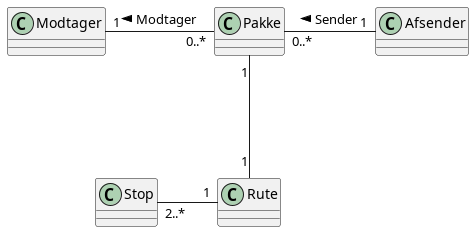
Above: diagram/domain-model.png in sofush/trace (PlantUML), before the change. Its diagram source:
```plantuml
@startuml
Rute "1" -left- "2..*" Stop : \t
Pakke "1" --- "1" Rute
Modtager "1" -right- "0..*" Pakke : < Modtager
Afsender "1" -left- "0..*" Pakke : > Sender
@enduml
```
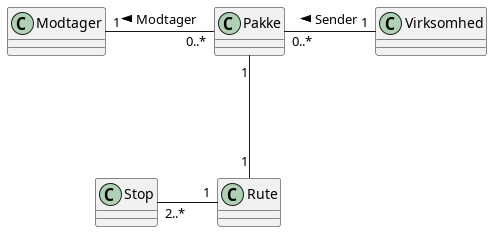
The same file after the commit.

Commit message:
fix: erstat "Afsender" med "Virksomhed" i diagram

The edit, as a diff of the source:
```diff
@@ -2,5 +2,5 @@
 Rute "1" -left- "2..*" Stop : \t
 Pakke "1" --- "1" Rute
 Modtager "1" -right- "0..*" Pakke : < Modtager
-Afsender "1" -left- "0..*" Pakke : > Sender
+Virksomhed "1" -left- "0..*" Pakke : > Sender
 @enduml
```
